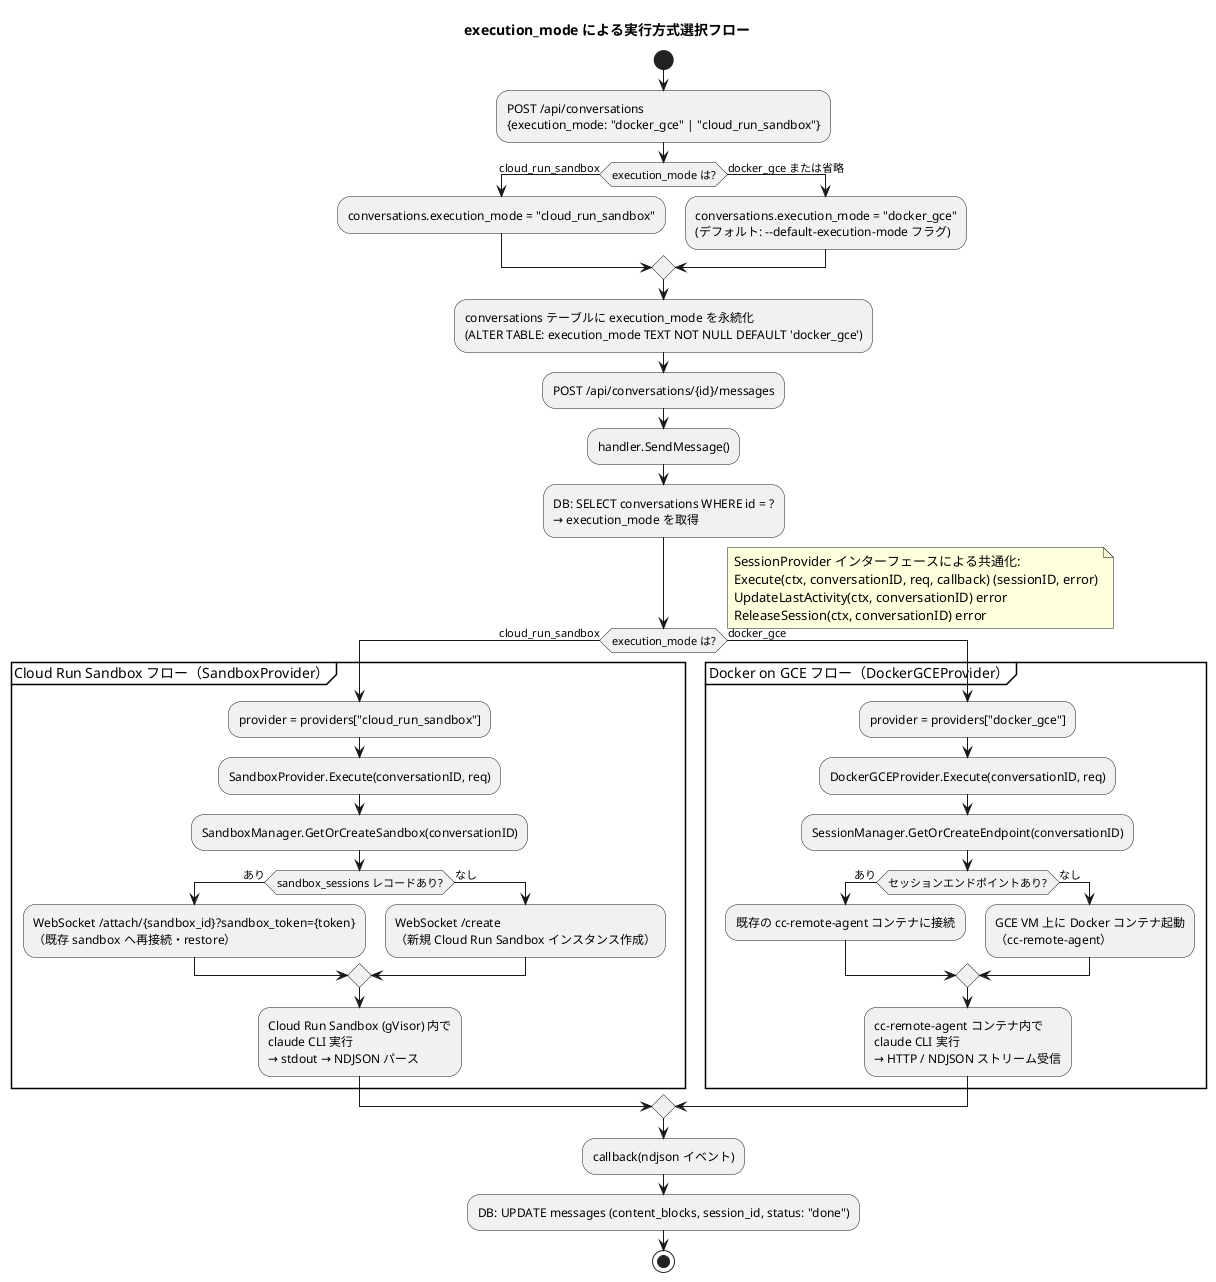
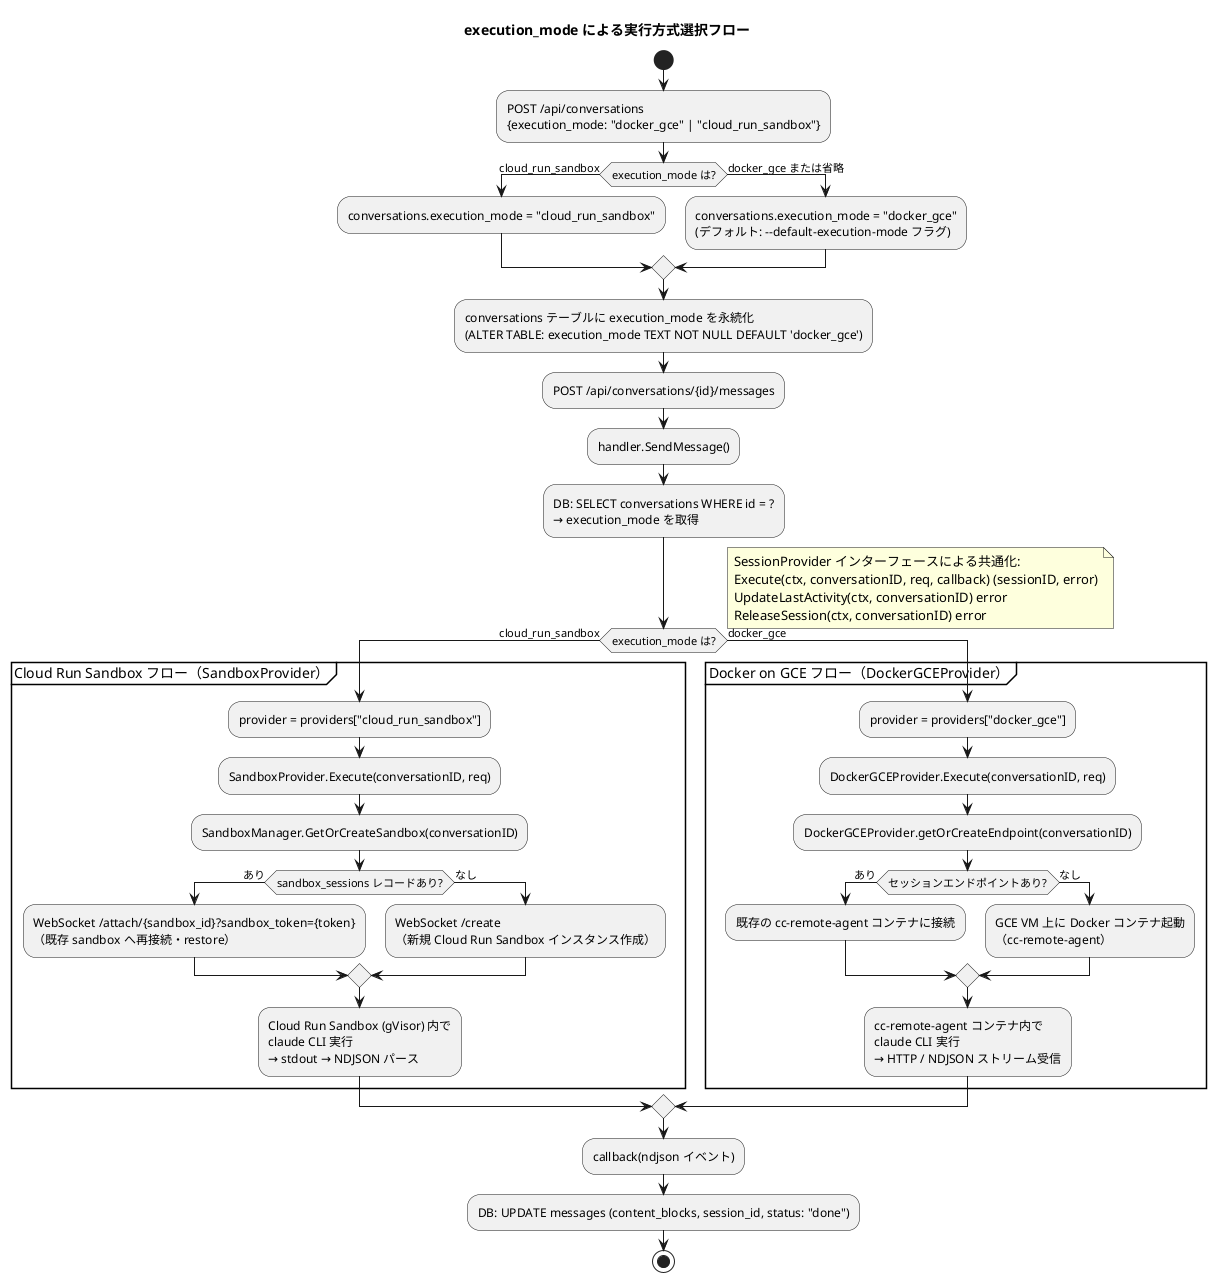
@startuml sandbox_selection_flow
' Docker on GCE と Cloud Run Sandbox の選択フロー図
title execution_mode による実行方式選択フロー

start

:POST /api/conversations\n{execution_mode: "docker_gce" | "cloud_run_sandbox"};

if (execution_mode は?) then (cloud_run_sandbox)
  :conversations.execution_mode = "cloud_run_sandbox";
else (docker_gce または省略)
  :conversations.execution_mode = "docker_gce"\n(デフォルト: --default-execution-mode フラグ);
endif

:conversations テーブルに execution_mode を永続化\n(ALTER TABLE: execution_mode TEXT NOT NULL DEFAULT 'docker_gce');

:POST /api/conversations/{id}/messages;
:handler.SendMessage();
:DB: SELECT conversations WHERE id = ?\n→ execution_mode を取得;

if (execution_mode は?) then (cloud_run_sandbox)
  partition "Cloud Run Sandbox フロー（SandboxProvider）" {
    :provider = providers["cloud_run_sandbox"];
    :SandboxProvider.Execute(conversationID, req);
    :SandboxManager.GetOrCreateSandbox(conversationID);

    if (sandbox_sessions レコードあり?) then (あり)
      :WebSocket /attach/{sandbox_id}?sandbox_token={token}\n（既存 sandbox へ再接続・restore）;
    else (なし)
      :WebSocket /create\n（新規 Cloud Run Sandbox インスタンス作成）;
    endif

    :Cloud Run Sandbox (gVisor) 内で\nclaude CLI 実行\n→ stdout → NDJSON パース;
  }
else (docker_gce)
  partition "Docker on GCE フロー（DockerGCEProvider）" {
    :provider = providers["docker_gce"];
    :DockerGCEProvider.Execute(conversationID, req);
-     :SessionManager.GetOrCreateEndpoint(conversationID);
+     :DockerGCEProvider.getOrCreateEndpoint(conversationID);

    if (セッションエンドポイントあり?) then (あり)
      :既存の cc-remote-agent コンテナに接続;
    else (なし)
      :GCE VM 上に Docker コンテナ起動\n（cc-remote-agent）;
    endif

    :cc-remote-agent コンテナ内で\nclaude CLI 実行\n→ HTTP / NDJSON ストリーム受信;
  }
endif

note right
  SessionProvider インターフェースによる共通化:
  Execute(ctx, conversationID, req, callback) (sessionID, error)
  UpdateLastActivity(ctx, conversationID) error
  ReleaseSession(ctx, conversationID) error
end note

:callback(ndjson イベント);
:DB: UPDATE messages (content_blocks, session_id, status: "done");

stop

@enduml
